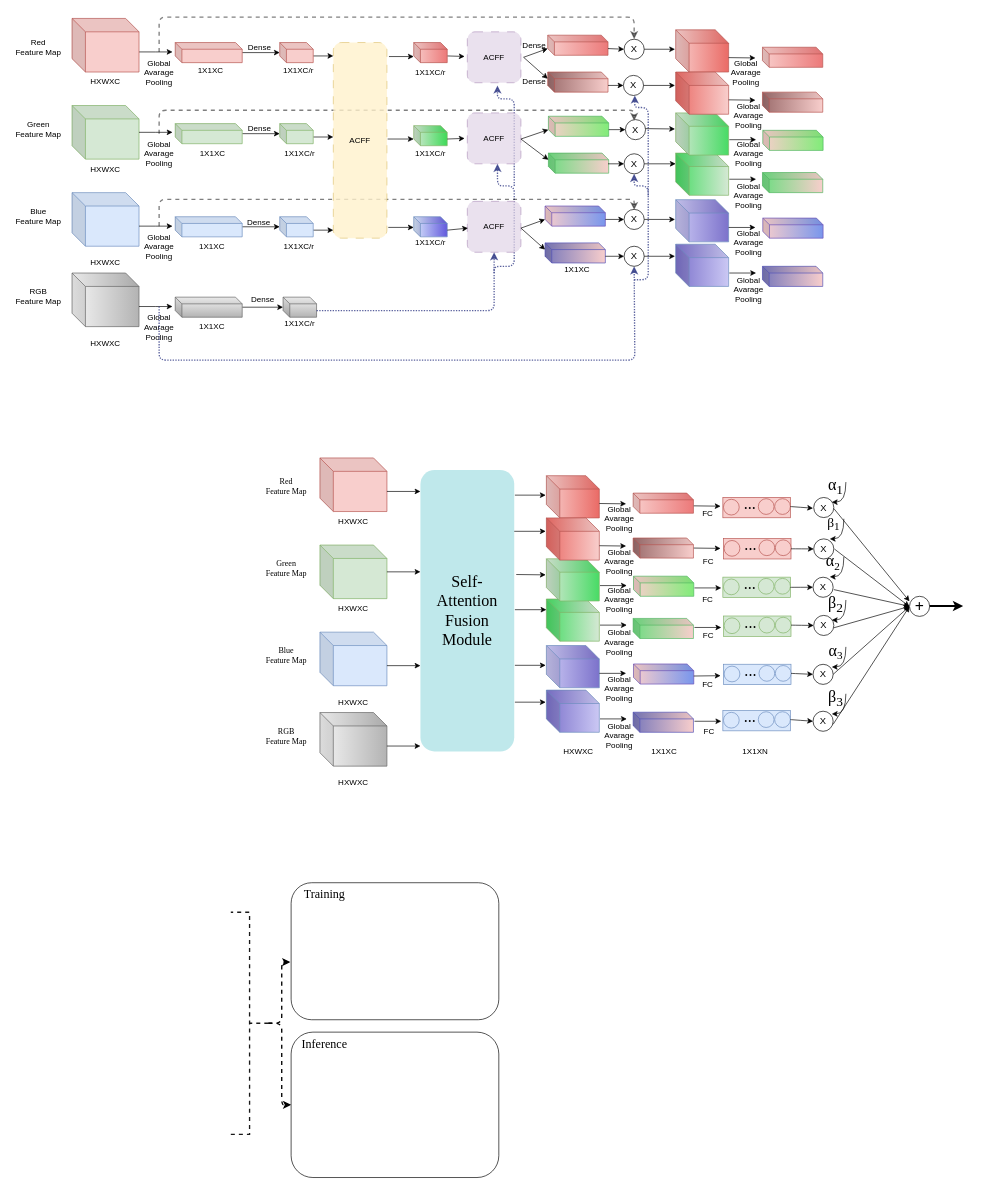
This is 未命名绘图.drawio from lcq666666/lcq.github.io, a draw.io file, before an edit. Source tidied: cells renumbered, new cells numbered last; positions are measured from the earlier drawing's top-left corner, leaving out a move shared by most shapes. Both pictures are drawn from the tidied source at 67%, with x=0, y=0 at pixel (11, 17).
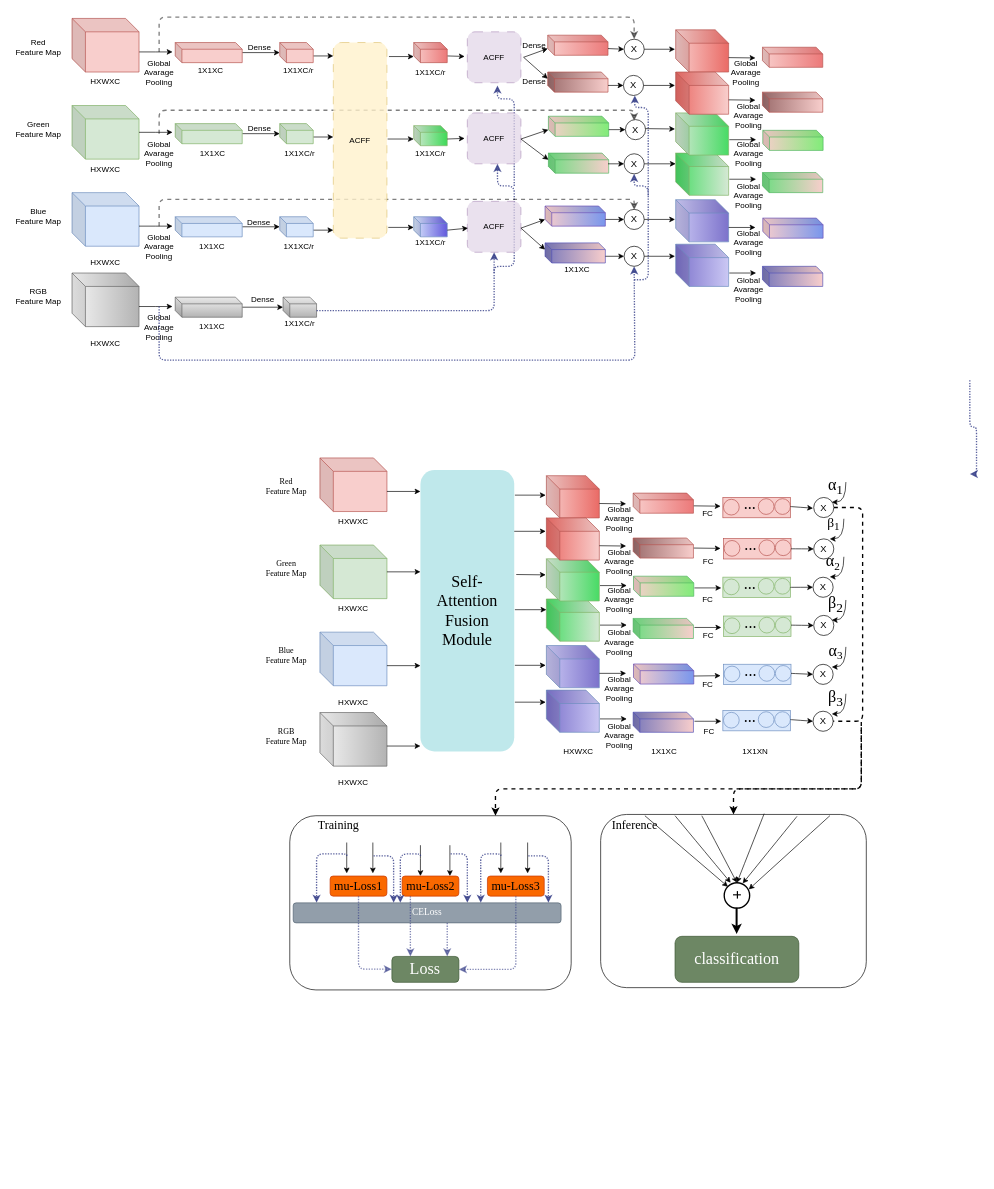
After the change.

Commit message:
更新未命名绘图.drawio

The change refers to these unchanged cells:
```xml
<mxCell id="236" value="&lt;font style=&quot;font-size: 14px;&quot;&gt;X&lt;/font&gt;" style="ellipse;whiteSpace=wrap;html=1;" parent="1" vertex="1">
  <mxGeometry x="1197" y="717" width="30" height="30" as="geometry" />
</mxCell>
<mxCell id="241" value="&lt;font style=&quot;font-size: 14px;&quot;&gt;X&lt;/font&gt;" style="ellipse;whiteSpace=wrap;html=1;" parent="1" vertex="1">
  <mxGeometry x="1196" y="1036" width="30" height="30" as="geometry" />
</mxCell>
```

Change to the diagram source:
```diff
@@
+    <mxCell id="234" style="rounded=1;whiteSpace=wrap;html=1;" parent="1" vertex="1">
+      <mxGeometry x="415" y="1192" width="420" height="260" as="geometry" />
+    </mxCell>
@@
-    <mxCell id="229" style="rounded=1;whiteSpace=wrap;html=1;" parent="1" vertex="1">
-      <mxGeometry x="417" y="1292" width="310" height="204.5" as="geometry" />
-    </mxCell>
-    <mxCell id="230" style="edgeStyle=orthogonalEdgeStyle;rounded=1;jettySize=auto;html=1;entryX=-0.004;entryY=0.579;entryDx=0;entryDy=0;entryPerimeter=0;elbow=vertical;strokeWidth=2;dashed=1;" parent="1" edge="1" source="232" target="229">
-      <mxGeometry relative="1" as="geometry" />
+    <mxCell id="230" style="edgeStyle=orthogonalEdgeStyle;rounded=1;jettySize=auto;html=1;elbow=vertical;strokeWidth=2;dashed=1;entryX=0;entryY=0.5;entryDx=0;entryDy=0;" parent="1" edge="1" target="229">
+      <mxGeometry relative="1" as="geometry">
+        <mxPoint x="1268" y="1060" as="sourcePoint" />
+        <Array as="points">
+          <mxPoint x="1268" y="1152" />
+          <mxPoint x="1077" y="1152" />
+        </Array>
+      </mxGeometry>
     </mxCell>
-    <mxCell id="231" style="edgeStyle=orthogonalEdgeStyle;rounded=1;jettySize=auto;html=1;elbow=vertical;dashed=1;strokeWidth=2;" parent="1" edge="1" source="232" target="234">
-      <mxGeometry relative="1" as="geometry" />
+    <mxCell id="231" style="edgeStyle=orthogonalEdgeStyle;rounded=1;jettySize=auto;html=1;elbow=vertical;dashed=1;strokeWidth=2;" parent="1" edge="1" target="234">
+      <mxGeometry relative="1" as="geometry">
+        <mxPoint x="1268" y="1052" as="sourcePoint" />
+        <Array as="points">
+          <mxPoint x="1268" y="1152" />
+          <mxPoint x="722" y="1152" />
+        </Array>
+      </mxGeometry>
     </mxCell>
-    <mxCell id="232" style="strokeWidth=2;html=1;shape=mxgraph.flowchart.annotation_2;align=left;labelPosition=right;rotation=-180;dashed=1;fillStyle=auto;opacity=90;" parent="1" vertex="1">
-      <mxGeometry x="327" y="1336" width="56" height="331.5" as="geometry" />
-    </mxCell>
-    <mxCell id="233" value="&lt;font style=&quot;font-size: 18px;&quot; face=&quot;Times New Roman&quot;&gt;Training&lt;/font&gt;" style="text;strokeColor=none;align=center;fillColor=none;html=1;verticalAlign=middle;whiteSpace=wrap;rounded=0;" parent="1" vertex="1">
-      <mxGeometry x="437" y="1294.5" width="60" height="30" as="geometry" />
-    </mxCell>
-    <mxCell id="234" style="rounded=1;whiteSpace=wrap;html=1;" parent="1" vertex="1">
-      <mxGeometry x="417" y="1515" width="310" height="217" as="geometry" />
-    </mxCell>
-    <mxCell id="235" value="&lt;font style=&quot;font-size: 18px;&quot; face=&quot;Times New Roman&quot;&gt;Inference&lt;/font&gt;" style="text;strokeColor=none;align=center;fillColor=none;html=1;verticalAlign=middle;whiteSpace=wrap;rounded=0;" parent="1" vertex="1">
-      <mxGeometry x="437" y="1518" width="60" height="30" as="geometry" />
-    </mxCell>
+    <mxCell id="273" style="edgeStyle=orthogonalEdgeStyle;rounded=1;jettySize=auto;html=1;exitX=1;exitY=0.5;exitDx=0;exitDy=0;elbow=vertical;dashed=1;endArrow=none;endFill=0;entryX=1;entryY=0.5;entryDx=0;entryDy=0;strokeWidth=2;" parent="1" edge="1" source="236" target="241">
+      <mxGeometry relative="1" as="geometry">
+        <Array as="points">
+          <mxPoint x="1270" y="732" />
+          <mxPoint x="1270" y="1051" />
+        </Array>
+      </mxGeometry>
+    </mxCell>
@@
-    <mxCell id="265" style="rounded=0;jettySize=auto;html=1;exitX=0;exitY=0;exitDx=100;exitDy=50;exitPerimeter=0;entryX=0;entryY=0.5;entryDx=0;entryDy=0;" parent="1" edge="1" target="271">
-      <mxGeometry relative="1" as="geometry">
-        <mxPoint x="1227" y="911.5" as="sourcePoint" />
-      </mxGeometry>
-    </mxCell>
-    <mxCell id="266" style="rounded=0;jettySize=auto;html=1;exitX=0;exitY=0;exitDx=100;exitDy=50;exitPerimeter=0;entryX=0;entryY=0.5;entryDx=0;entryDy=0;" parent="1" edge="1" target="271">
-      <mxGeometry relative="1" as="geometry">
-        <mxPoint x="1227" y="854.5" as="sourcePoint" />
-      </mxGeometry>
-    </mxCell>
-    <mxCell id="267" style="rounded=0;jettySize=auto;html=1;exitX=0;exitY=0;exitDx=100;exitDy=50;exitPerimeter=0;entryX=0;entryY=0.5;entryDx=0;entryDy=0;" parent="1" edge="1" target="271">
-      <mxGeometry relative="1" as="geometry">
-        <mxPoint x="1228" y="794" as="sourcePoint" />
-        <Array as="points">
-          <mxPoint x="1340" y="880" />
-        </Array>
-      </mxGeometry>
-    </mxCell>
-    <mxCell id="268" style="rounded=0;orthogonalLoop=1;jettySize=auto;html=1;exitX=0;exitY=0;exitDx=100;exitDy=50;exitPerimeter=0;" parent="1" edge="1">
-      <mxGeometry relative="1" as="geometry">
-        <mxPoint x="1227" y="733.5" as="sourcePoint" />
-        <mxPoint x="1340" y="872" as="targetPoint" />
-      </mxGeometry>
-    </mxCell>
-    <mxCell id="269" style="rounded=0;jettySize=auto;html=1;exitX=0;exitY=0;exitDx=100;exitDy=50;exitPerimeter=0;entryX=0;entryY=0.5;entryDx=0;entryDy=0;" parent="1" edge="1" target="271">
-      <mxGeometry relative="1" as="geometry">
-        <mxPoint x="1226" y="1055.5" as="sourcePoint" />
-      </mxGeometry>
-    </mxCell>
-    <mxCell id="270" style="rounded=0;jettySize=auto;html=1;exitX=0;exitY=0;exitDx=100;exitDy=50;exitPerimeter=0;entryX=0;entryY=0.5;entryDx=0;entryDy=0;" parent="1" edge="1" target="271">
-      <mxGeometry relative="1" as="geometry">
-        <mxPoint x="1226" y="981" as="sourcePoint" />
-      </mxGeometry>
-    </mxCell>
+    <mxCell id="233" value="&lt;font style=&quot;font-size: 18px;&quot; face=&quot;Times New Roman&quot;&gt;Training&lt;/font&gt;" style="text;strokeColor=none;align=center;fillColor=none;html=1;verticalAlign=middle;whiteSpace=wrap;rounded=0;" parent="1" vertex="1">
+      <mxGeometry x="458" y="1192" width="60" height="30" as="geometry" />
+    </mxCell>
+    <mxCell id="229" style="rounded=1;whiteSpace=wrap;html=1;rotation=90;" parent="1" vertex="1">
+      <mxGeometry x="948" y="1121.1" width="258.5" height="396.5" as="geometry" />
+    </mxCell>
-    <mxCell id="271" value="&lt;font face=&quot;Times New Roman&quot; style=&quot;font-size: 24px;&quot;&gt;&lt;b&gt;+&lt;/b&gt;&lt;/font&gt;" style="ellipse;whiteSpace=wrap;html=1;" parent="1" vertex="1">
-      <mxGeometry x="1340" y="864.5" width="30" height="30" as="geometry" />
+    <mxCell id="271" value="&lt;font face=&quot;Times New Roman&quot; style=&quot;font-size: 24px;&quot;&gt;&lt;b&gt;+&lt;/b&gt;&lt;/font&gt;" style="ellipse;whiteSpace=wrap;html=1;rotation=90;strokeWidth=2;" parent="1" vertex="1">
+      <mxGeometry x="1063.4" y="1292" width="38" height="38" as="geometry" />
     </mxCell>
-    <mxCell id="272" style="rounded=0;orthogonalLoop=1;jettySize=auto;html=1;exitX=0;exitY=0;exitDx=100;exitDy=50;exitPerimeter=0;strokeWidth=3;" parent="1" edge="1">
-      <mxGeometry relative="1" as="geometry">
-        <mxPoint x="1370" y="879" as="sourcePoint" />
-        <mxPoint x="1420" y="879" as="targetPoint" />
-      </mxGeometry>
-    </mxCell>
+    <mxCell id="274" style="rounded=0;orthogonalLoop=1;jettySize=auto;html=1;exitX=0;exitY=0;exitDx=100;exitDy=50;exitPerimeter=0;strokeWidth=3;" parent="1" edge="1">
+      <mxGeometry relative="1" as="geometry">
+        <mxPoint x="1081.9" y="1329.2" as="sourcePoint" />
+        <mxPoint x="1081.9" y="1368.4" as="targetPoint" />
+      </mxGeometry>
+    </mxCell>
+    <mxCell id="275" value="&lt;font face=&quot;Times New Roman&quot;&gt;&lt;span style=&quot;font-size: 24px;&quot;&gt;classification&lt;/span&gt;&lt;/font&gt;" style="rounded=1;whiteSpace=wrap;html=1;fillColor=#6d8764;strokeColor=#3A5431;fontColor=#ffffff;rotation=0;" parent="1" vertex="1">
+      <mxGeometry x="990" y="1372" width="184.8" height="68.7" as="geometry" />
+    </mxCell>
+    <mxCell id="235" value="&lt;font style=&quot;font-size: 18px;&quot; face=&quot;Times New Roman&quot;&gt;Inference&lt;/font&gt;" style="text;strokeColor=none;align=center;fillColor=none;html=1;verticalAlign=middle;whiteSpace=wrap;rounded=0;" parent="1" vertex="1">
+      <mxGeometry x="900" y="1192" width="60" height="30" as="geometry" />
+    </mxCell>
+    <mxCell id="276" style="endArrow=classic;html=1;rounded=0;curved=1;elbow=vertical;exitX=0.75;exitY=0;exitDx=0;exitDy=0;" parent="1" edge="1" source="235">
+      <mxGeometry relative="1" as="geometry">
+        <mxPoint x="1069" y="1298" as="targetPoint" />
+      </mxGeometry>
+    </mxCell>
+    <mxCell id="277" style="endArrow=classic;html=1;rounded=0;curved=1;elbow=vertical;" parent="1" edge="1">
+      <mxGeometry relative="1" as="geometry">
+        <mxPoint x="990" y="1192" as="sourcePoint" />
+        <mxPoint x="1073" y="1292" as="targetPoint" />
+      </mxGeometry>
+    </mxCell>
+    <mxCell id="278" style="endArrow=classic;html=1;rounded=0;curved=1;elbow=vertical;exitX=0.75;exitY=0;exitDx=0;exitDy=0;entryX=0;entryY=0.5;entryDx=0;entryDy=0;" parent="1" edge="1" target="271">
+      <mxGeometry relative="1" as="geometry">
+        <mxPoint x="1030" y="1192" as="sourcePoint" />
+      </mxGeometry>
+    </mxCell>
+    <mxCell id="279" style="endArrow=classic;html=1;rounded=0;curved=1;elbow=vertical;entryX=0;entryY=0.5;entryDx=0;entryDy=0;" parent="1" edge="1" target="271">
+      <mxGeometry relative="1" as="geometry">
+        <mxPoint x="1123" y="1189" as="sourcePoint" />
+      </mxGeometry>
+    </mxCell>
+    <mxCell id="280" style="endArrow=classic;html=1;rounded=0;curved=1;elbow=vertical;" parent="1" edge="1">
+      <mxGeometry relative="1" as="geometry">
+        <mxPoint x="1172" y="1193" as="sourcePoint" />
+        <mxPoint x="1091" y="1293" as="targetPoint" />
+      </mxGeometry>
+    </mxCell>
+    <mxCell id="281" style="endArrow=classic;html=1;rounded=0;curved=1;elbow=vertical;exitX=0.007;exitY=0.137;exitDx=0;exitDy=0;exitPerimeter=0;" parent="1" edge="1" source="229">
+      <mxGeometry relative="1" as="geometry">
+        <mxPoint x="1100" y="1302" as="targetPoint" />
+      </mxGeometry>
+    </mxCell>
+    <mxCell id="282" style="endArrow=classic;html=1;rounded=0;elbow=vertical;" parent="1" edge="1">
+      <mxGeometry relative="1" as="geometry">
+        <mxPoint x="500" y="1232" as="sourcePoint" />
+        <mxPoint x="500" y="1278" as="targetPoint" />
+      </mxGeometry>
+    </mxCell>
+    <mxCell id="283" style="endArrow=classic;html=1;rounded=0;elbow=vertical;" parent="1" edge="1">
+      <mxGeometry relative="1" as="geometry">
+        <mxPoint x="539" y="1232" as="sourcePoint" />
+        <mxPoint x="539" y="1278" as="targetPoint" />
+      </mxGeometry>
+    </mxCell>
+    <mxCell id="284" style="endArrow=classic;html=1;rounded=0;elbow=vertical;" parent="1" edge="1">
+      <mxGeometry relative="1" as="geometry">
+        <mxPoint x="610" y="1236" as="sourcePoint" />
+        <mxPoint x="610" y="1282" as="targetPoint" />
+        <Array as="points">
+          <mxPoint x="610" y="1256" />
+        </Array>
+      </mxGeometry>
+    </mxCell>
+    <mxCell id="285" style="endArrow=classic;html=1;rounded=0;elbow=vertical;" parent="1" edge="1">
+      <mxGeometry relative="1" as="geometry">
+        <mxPoint x="654" y="1236" as="sourcePoint" />
+        <mxPoint x="654" y="1282" as="targetPoint" />
+      </mxGeometry>
+    </mxCell>
+    <mxCell id="286" style="endArrow=classic;html=1;rounded=0;elbow=vertical;" parent="1" edge="1">
+      <mxGeometry relative="1" as="geometry">
+        <mxPoint x="730" y="1232" as="sourcePoint" />
+        <mxPoint x="730" y="1278" as="targetPoint" />
+      </mxGeometry>
+    </mxCell>
+    <mxCell id="287" value="&lt;font style=&quot;font-size: 18px;&quot; face=&quot;Times New Roman&quot;&gt;mu-Loss1&lt;/font&gt;" style="rounded=1;whiteSpace=wrap;html=1;fillColor=#fa6800;strokeColor=#C73500;fontColor=#000000;rotation=0;" parent="1" vertex="1">
+      <mxGeometry x="475.2" y="1282" width="84.8" height="30" as="geometry" />
+    </mxCell>
+    <mxCell id="288" style="endArrow=classic;html=1;rounded=0;elbow=vertical;" parent="1" edge="1">
+      <mxGeometry relative="1" as="geometry">
+        <mxPoint x="770" y="1232" as="sourcePoint" />
+        <mxPoint x="770" y="1278" as="targetPoint" />
+      </mxGeometry>
+    </mxCell>
+    <mxCell id="289" value="&lt;font style=&quot;font-size: 18px;&quot; face=&quot;Times New Roman&quot;&gt;mu-Loss2&lt;/font&gt;" style="rounded=1;whiteSpace=wrap;html=1;fillColor=#fa6800;strokeColor=#C73500;fontColor=#000000;rotation=0;" parent="1" vertex="1">
+      <mxGeometry x="582.6" y="1282" width="84.8" height="30" as="geometry" />
+    </mxCell>
+    <mxCell id="290" value="&lt;font style=&quot;font-size: 18px;&quot; face=&quot;Times New Roman&quot;&gt;mu-Loss3&lt;/font&gt;" style="rounded=1;whiteSpace=wrap;html=1;fillColor=#fa6800;strokeColor=#C73500;fontColor=#000000;rotation=0;" parent="1" vertex="1">
+      <mxGeometry x="710" y="1282" width="84.8" height="30" as="geometry" />
+    </mxCell>
+    <mxCell id="291" style="edgeStyle=orthogonalEdgeStyle;rounded=1;orthogonalLoop=1;jettySize=auto;html=1;elbow=vertical;endSize=6;strokeWidth=2;opacity=80;strokeColor=#323b86;dashed=1;dashPattern=1 1;" parent="1" edge="1">
+      <mxGeometry relative="1" as="geometry">
+        <mxPoint x="500" y="1252" as="sourcePoint" />
+        <mxPoint x="455" y="1322" as="targetPoint" />
+        <Array as="points">
+          <mxPoint x="500" y="1249" />
+          <mxPoint x="455" y="1249" />
+        </Array>
+      </mxGeometry>
+    </mxCell>
+    <mxCell id="292" style="edgeStyle=orthogonalEdgeStyle;rounded=1;orthogonalLoop=1;jettySize=auto;html=1;elbow=vertical;endSize=6;strokeWidth=2;opacity=80;strokeColor=#323b86;dashed=1;dashPattern=1 1;" parent="1" edge="1">
+      <mxGeometry relative="1" as="geometry">
+        <mxPoint x="1430" y="542" as="sourcePoint" />
+        <mxPoint x="1430" y="682" as="targetPoint" />
+        <Array as="points">
+          <mxPoint x="1430" y="612" />
+          <mxPoint x="1440" y="612" />
+          <mxPoint x="1440" y="682" />
+        </Array>
+      </mxGeometry>
+    </mxCell>
+    <mxCell id="293" style="edgeStyle=orthogonalEdgeStyle;rounded=1;orthogonalLoop=1;jettySize=auto;html=1;elbow=vertical;endSize=6;strokeWidth=2;opacity=80;strokeColor=#323b86;dashed=1;dashPattern=1 1;" parent="1" edge="1">
+      <mxGeometry relative="1" as="geometry">
+        <mxPoint x="655" y="1249" as="sourcePoint" />
+        <mxPoint x="680" y="1322" as="targetPoint" />
+        <Array as="points">
+          <mxPoint x="680" y="1249" />
+          <mxPoint x="680" y="1322" />
+        </Array>
+      </mxGeometry>
+    </mxCell>
+    <mxCell id="294" value="&lt;font style=&quot;font-size: 14px;&quot; face=&quot;Times New Roman&quot;&gt;CELoss&lt;/font&gt;" style="rounded=1;whiteSpace=wrap;html=1;fillColor=#647687;strokeColor=#314354;fontColor=#ffffff;rotation=0;opacity=70;" parent="1" vertex="1">
+      <mxGeometry x="420" y="1322" width="400" height="30" as="geometry" />
+    </mxCell>
+    <mxCell id="295" style="edgeStyle=orthogonalEdgeStyle;rounded=1;orthogonalLoop=1;jettySize=auto;html=1;elbow=vertical;endSize=6;strokeWidth=2;opacity=80;strokeColor=#323b86;dashed=1;dashPattern=1 1;" parent="1" edge="1">
+      <mxGeometry relative="1" as="geometry">
+        <mxPoint x="610" y="1252" as="sourcePoint" />
+        <mxPoint x="580" y="1322" as="targetPoint" />
+        <Array as="points">
+          <mxPoint x="610" y="1249" />
+          <mxPoint x="580" y="1249" />
+          <mxPoint x="580" y="1322" />
+        </Array>
+      </mxGeometry>
+    </mxCell>
+    <mxCell id="296" style="edgeStyle=orthogonalEdgeStyle;rounded=1;orthogonalLoop=1;jettySize=auto;html=1;elbow=vertical;endSize=6;strokeWidth=2;opacity=80;strokeColor=#323b86;dashed=1;dashPattern=1 1;" parent="1" edge="1">
+      <mxGeometry relative="1" as="geometry">
+        <mxPoint x="540" y="1252" as="sourcePoint" />
+        <mxPoint x="570" y="1322" as="targetPoint" />
+        <Array as="points">
+          <mxPoint x="570" y="1252" />
+        </Array>
+      </mxGeometry>
+    </mxCell>
+    <mxCell id="297" style="edgeStyle=orthogonalEdgeStyle;rounded=1;orthogonalLoop=1;jettySize=auto;html=1;elbow=vertical;endSize=6;strokeWidth=2;opacity=80;strokeColor=#323b86;dashed=1;dashPattern=1 1;" parent="1" edge="1">
+      <mxGeometry relative="1" as="geometry">
+        <mxPoint x="730" y="1252" as="sourcePoint" />
+        <mxPoint x="700" y="1322" as="targetPoint" />
+        <Array as="points">
+          <mxPoint x="730" y="1249" />
+          <mxPoint x="700" y="1249" />
+          <mxPoint x="700" y="1322" />
+        </Array>
+      </mxGeometry>
+    </mxCell>
+    <mxCell id="298" style="edgeStyle=orthogonalEdgeStyle;rounded=1;orthogonalLoop=1;jettySize=auto;html=1;elbow=vertical;endSize=6;strokeWidth=2;opacity=80;strokeColor=#323b86;dashed=1;dashPattern=1 1;" parent="1" edge="1">
+      <mxGeometry relative="1" as="geometry">
+        <mxPoint x="771" y="1252" as="sourcePoint" />
+        <mxPoint x="801" y="1322" as="targetPoint" />
+        <Array as="points">
+          <mxPoint x="801" y="1252" />
+        </Array>
+      </mxGeometry>
+    </mxCell>
+    <mxCell id="299" value="&lt;font face=&quot;Times New Roman&quot;&gt;&lt;span style=&quot;font-size: 24px;&quot;&gt;Loss&lt;/span&gt;&lt;/font&gt;" style="rounded=1;whiteSpace=wrap;html=1;fillColor=#6d8764;strokeColor=#3A5431;fontColor=#ffffff;rotation=0;" parent="1" vertex="1">
+      <mxGeometry x="567.4" y="1402" width="100" height="38.7" as="geometry" />
+    </mxCell>
+    <mxCell id="300" style="edgeStyle=orthogonalEdgeStyle;rounded=1;jettySize=auto;html=1;elbow=vertical;endSize=6;strokeWidth=2;opacity=60;strokeColor=#323b86;dashed=1;dashPattern=1 1;exitX=0.5;exitY=1;exitDx=0;exitDy=0;" parent="1" edge="1" source="287" target="299">
+      <mxGeometry relative="1" as="geometry">
+        <Array as="points">
+          <mxPoint x="518" y="1421" />
+        </Array>
+      </mxGeometry>
+    </mxCell>
+    <mxCell id="301" style="edgeStyle=orthogonalEdgeStyle;rounded=1;orthogonalLoop=1;jettySize=auto;html=1;elbow=vertical;endSize=6;strokeWidth=2;opacity=60;strokeColor=#323b86;dashed=1;dashPattern=1 1;" parent="1" edge="1">
+      <mxGeometry relative="1" as="geometry">
+        <mxPoint x="595" y="1312" as="sourcePoint" />
+        <mxPoint x="595" y="1402" as="targetPoint" />
+        <Array as="points">
+          <mxPoint x="595" y="1312" />
+        </Array>
+      </mxGeometry>
+    </mxCell>
+    <mxCell id="302" style="edgeStyle=orthogonalEdgeStyle;rounded=1;jettySize=auto;html=1;elbow=vertical;endSize=6;strokeWidth=2;opacity=60;strokeColor=#323b86;dashed=1;dashPattern=1 1;exitX=0.5;exitY=1;exitDx=0;exitDy=0;entryX=1;entryY=0.5;entryDx=0;entryDy=0;" parent="1" edge="1" source="290" target="299">
+      <mxGeometry relative="1" as="geometry">
+        <Array as="points">
+          <mxPoint x="752" y="1421" />
+        </Array>
+      </mxGeometry>
+    </mxCell>
+    <mxCell id="303" style="edgeStyle=orthogonalEdgeStyle;rounded=1;orthogonalLoop=1;jettySize=auto;html=1;elbow=vertical;endSize=6;strokeWidth=2;opacity=60;strokeColor=#323b86;dashed=1;dashPattern=1 1;" parent="1" edge="1">
+      <mxGeometry relative="1" as="geometry">
+        <mxPoint x="650" y="1352" as="sourcePoint" />
+        <mxPoint x="650" y="1402" as="targetPoint" />
+        <Array as="points">
+          <mxPoint x="650" y="1352" />
+        </Array>
+      </mxGeometry>
+    </mxCell>
```
